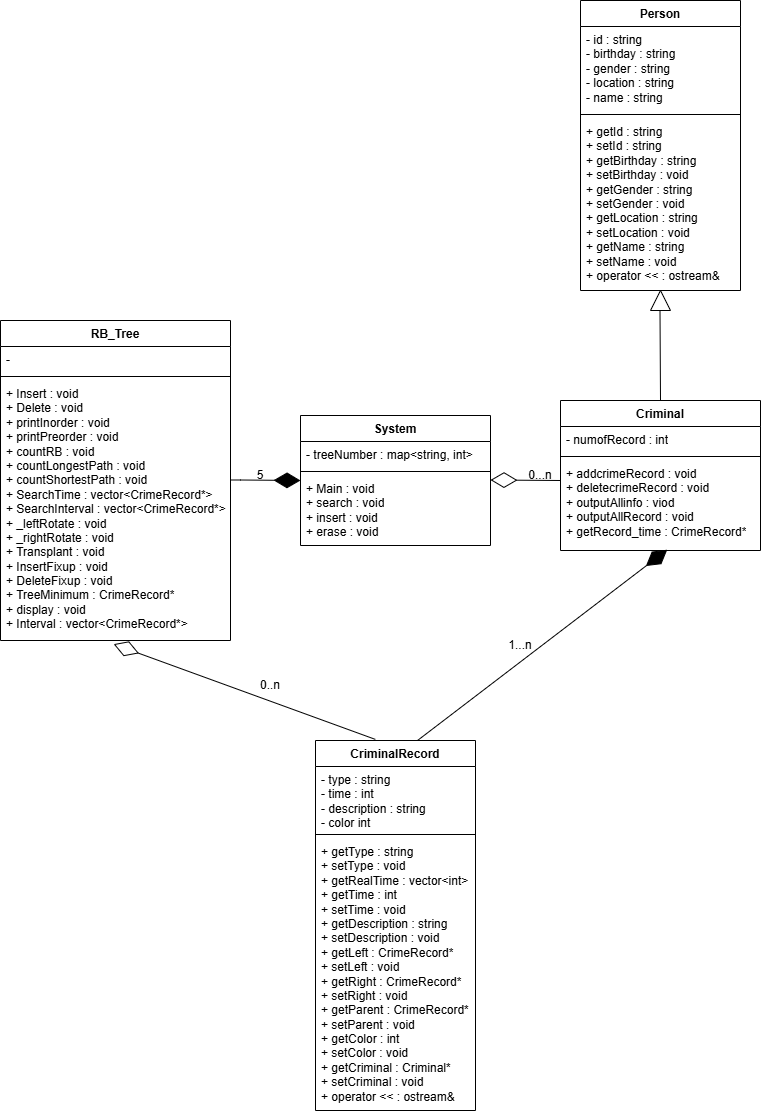
Before: UML/CrimeRecordSystem_UML.drawio.png, a diagram exported from draw.io (yankai-lu/OOP-criminal-record-system). Source tidied: cells renumbered, new cells last; positions are measured from the earlier drawing's top-left corner, leaving out a move shared by most shapes.
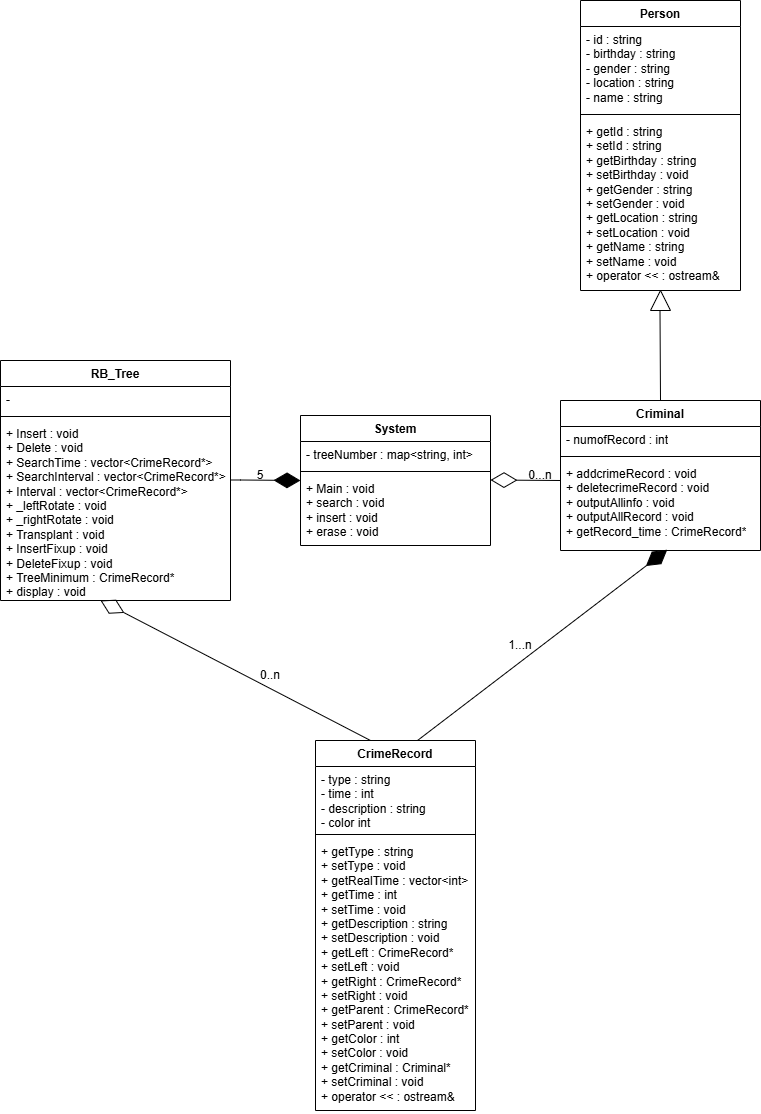
The same diagram one commit later.

The edit, as a diff of the source:
```diff
@@ -15,7 +15,7 @@
       <mxGeometry y="60" width="190" height="70" as="geometry" />
     </mxCell>
     <mxCell id="6" value="RB_Tree" style="swimlane;fontStyle=1;align=center;verticalAlign=top;horizontal=1;startSize=26;whiteSpace=wrap;html=1;" parent="1" vertex="1">
-      <mxGeometry y="320" width="230" height="320" as="geometry" />
+      <mxGeometry y="360" width="230" height="240" as="geometry" />
     </mxCell>
     <mxCell id="7" value="-" style="text;strokeColor=none;fillColor=none;align=left;verticalAlign=top;spacingLeft=4;spacingRight=4;overflow=hidden;whiteSpace=wrap;html=1;" parent="6" vertex="1">
       <mxGeometry y="26" width="230" height="26" as="geometry" />
@@ -23,8 +23,8 @@
     <mxCell id="8" style="line;strokeWidth=1;fillColor=none;align=left;verticalAlign=middle;spacingTop=-1;spacingLeft=3;spacingRight=3;labelPosition=right;strokeColor=inherit;" parent="6" vertex="1">
       <mxGeometry y="52" width="230" height="8" as="geometry" />
     </mxCell>
-    <mxCell id="9" value="+ Insert : void&lt;div&gt;+ Delete : void&lt;/div&gt;&lt;div&gt;+ printInorder : void&lt;/div&gt;&lt;div&gt;+ printPreorder : void&lt;/div&gt;&lt;div&gt;+ countRB : void&lt;/div&gt;&lt;div&gt;+ countLongestPath : void&lt;/div&gt;&lt;div&gt;+ countShortestPath : void&lt;/div&gt;&lt;div&gt;+ SearchTime : vector&amp;lt;CrimeRecord*&amp;gt;&lt;/div&gt;&lt;div&gt;+ SearchInterval : vector&amp;lt;CrimeRecord*&amp;gt;&lt;/div&gt;&lt;div&gt;+ _leftRotate : void&lt;/div&gt;&lt;div&gt;+ _rightRotate : void&lt;/div&gt;&lt;div&gt;+ Transplant : void&lt;/div&gt;&lt;div&gt;+ InsertFixup : void&lt;/div&gt;&lt;div&gt;+ DeleteFixup : void&lt;/div&gt;&lt;div&gt;+ TreeMinimum : CrimeRecord*&lt;/div&gt;&lt;div&gt;+ display : void&lt;/div&gt;&lt;div&gt;+ Interval : vector&amp;lt;CrimeRecord*&amp;gt;&lt;/div&gt;" style="text;strokeColor=none;fillColor=none;align=left;verticalAlign=top;spacingLeft=4;spacingRight=4;overflow=hidden;points=[[0,0.5],[1,0.5]];portConstraint=eastwest;whiteSpace=wrap;html=1;" parent="6" vertex="1">
-      <mxGeometry y="60" width="230" height="260" as="geometry" />
+    <mxCell id="9" value="+ Insert : void&lt;div&gt;+ Delete : void&lt;/div&gt;&lt;div&gt;+ SearchTime : vector&amp;lt;CrimeRecord*&amp;gt;&lt;/div&gt;&lt;div&gt;+ SearchInterval : vector&amp;lt;CrimeRecord*&amp;gt;&lt;/div&gt;&lt;div&gt;+ Interval : vector&amp;lt;CrimeRecord*&amp;gt;&lt;/div&gt;&lt;div&gt;+ _leftRotate : void&lt;/div&gt;&lt;div&gt;+ _rightRotate : void&lt;/div&gt;&lt;div&gt;+ Transplant : void&lt;/div&gt;&lt;div&gt;+ InsertFixup : void&lt;/div&gt;&lt;div&gt;+ DeleteFixup : void&lt;/div&gt;&lt;div&gt;+ TreeMinimum : CrimeRecord*&lt;/div&gt;&lt;div&gt;+ display : void&lt;/div&gt;&lt;div&gt;&lt;br&gt;&lt;/div&gt;" style="text;strokeColor=none;fillColor=none;align=left;verticalAlign=top;spacingLeft=4;spacingRight=4;overflow=hidden;points=[[0,0.5],[1,0.5]];portConstraint=eastwest;whiteSpace=wrap;html=1;" parent="6" vertex="1">
+      <mxGeometry y="60" width="230" height="180" as="geometry" />
     </mxCell>
     <mxCell id="10" value="Criminal" style="swimlane;fontStyle=1;align=center;verticalAlign=top;horizontal=1;startSize=26;whiteSpace=wrap;html=1;" parent="1" vertex="1">
       <mxGeometry x="560" y="400" width="200" height="150" as="geometry" />
@@ -35,7 +35,7 @@
     <mxCell id="12" style="line;strokeWidth=1;fillColor=none;align=left;verticalAlign=middle;spacingTop=-1;spacingLeft=3;spacingRight=3;labelPosition=right;strokeColor=inherit;" parent="10" vertex="1">
       <mxGeometry y="52" width="200" height="8" as="geometry" />
     </mxCell>
-    <mxCell id="13" value="+ addcrimeRecord : void&lt;div&gt;+ deletecrimeRecord : void&lt;/div&gt;&lt;div&gt;+ outputAllinfo : viod&lt;/div&gt;&lt;div&gt;+ outputAllRecord : void&lt;/div&gt;&lt;div&gt;+ getRecord_time : CrimeRecord*&lt;/div&gt;" style="text;strokeColor=none;fillColor=none;align=left;verticalAlign=top;spacingLeft=4;spacingRight=4;overflow=hidden;points=[[0,0.5],[1,0.5]];portConstraint=eastwest;whiteSpace=wrap;html=1;" parent="10" vertex="1">
+    <mxCell id="13" value="+ addcrimeRecord : void&lt;div&gt;+ deletecrimeRecord : void&lt;/div&gt;&lt;div&gt;+ outputAllinfo : void&lt;/div&gt;&lt;div&gt;+ outputAllRecord : void&lt;/div&gt;&lt;div&gt;+ getRecord_time : CrimeRecord*&lt;/div&gt;" style="text;strokeColor=none;fillColor=none;align=left;verticalAlign=top;spacingLeft=4;spacingRight=4;overflow=hidden;points=[[0,0.5],[1,0.5]];portConstraint=eastwest;whiteSpace=wrap;html=1;" parent="10" vertex="1">
       <mxGeometry y="60" width="200" height="90" as="geometry" />
     </mxCell>
     <mxCell id="14" value="Person" style="swimlane;fontStyle=1;align=center;verticalAlign=top;horizontal=1;startSize=26;whiteSpace=wrap;html=1;" parent="1" vertex="1">
@@ -50,7 +50,7 @@
     <mxCell id="17" value="+ getId : string&lt;div&gt;+ setId : string&lt;/div&gt;&lt;div&gt;+ getBirthday : string&lt;/div&gt;&lt;div&gt;+ setBirthday : void&lt;/div&gt;&lt;div&gt;+ getGender : string&lt;/div&gt;&lt;div&gt;+ setGender : void&lt;/div&gt;&lt;div&gt;+ getLocation : string&lt;/div&gt;&lt;div&gt;+ setLocation : void&lt;/div&gt;&lt;div&gt;+ getName : string&lt;/div&gt;&lt;div&gt;+ setName : void&lt;/div&gt;&lt;div&gt;+ operator &amp;lt;&amp;lt; : ostream&amp;amp;&lt;/div&gt;" style="text;strokeColor=none;fillColor=none;align=left;verticalAlign=top;spacingLeft=4;spacingRight=4;overflow=hidden;whiteSpace=wrap;html=1;" parent="14" vertex="1">
       <mxGeometry y="118" width="160" height="172" as="geometry" />
     </mxCell>
-    <mxCell id="18" value="CriminalRecord" style="swimlane;fontStyle=1;align=center;verticalAlign=top;horizontal=1;startSize=26;whiteSpace=wrap;html=1;" parent="1" vertex="1">
+    <mxCell id="18" value="CrimeRecord" style="swimlane;fontStyle=1;align=center;verticalAlign=top;horizontal=1;startSize=26;whiteSpace=wrap;html=1;" parent="1" vertex="1">
       <mxGeometry x="315" y="740" width="160" height="370" as="geometry" />
     </mxCell>
     <mxCell id="19" value="- type : string&lt;div&gt;- time : int&lt;/div&gt;&lt;div&gt;- description : string&lt;/div&gt;&lt;div&gt;- color int&lt;/div&gt;" style="text;strokeColor=none;fillColor=none;align=left;verticalAlign=top;spacingLeft=4;spacingRight=4;overflow=hidden;whiteSpace=wrap;html=1;" parent="18" vertex="1">
@@ -114,11 +114,14 @@
     <mxCell id="31" value="1...n" style="text;html=1;align=center;verticalAlign=middle;whiteSpace=wrap;rounded=0;" parent="1" vertex="1">
       <mxGeometry x="490" y="630" width="60" height="30" as="geometry" />
     </mxCell>
+    <mxCell id="33" value="0..n" style="text;html=1;align=center;verticalAlign=middle;whiteSpace=wrap;rounded=0;" parent="1" vertex="1">
+      <mxGeometry x="240" y="660" width="60" height="30" as="geometry" />
+    </mxCell>
-    <mxCell id="32" style="endArrow=diamondThin;endFill=0;endSize=24;html=1;rounded=0;exitX=0.374;exitY=-0.003;exitDx=0;exitDy=0;exitPerimeter=0;entryX=0.492;entryY=1.014;entryDx=0;entryDy=0;entryPerimeter=0;" parent="1" edge="1" source="18" target="9">
-      <mxGeometry relative="1" as="geometry" />
+    <mxCell id="32" style="endArrow=diamondThin;endFill=0;endSize=24;html=1;rounded=0;entryX=0.464;entryY=1.02;entryDx=0;entryDy=0;entryPerimeter=0;" parent="1" edge="1">
+      <mxGeometry relative="1" as="geometry">
+        <mxPoint x="370" y="740" as="sourcePoint" />
+        <mxPoint x="100" y="600" as="targetPoint" />
+      </mxGeometry>
     </mxCell>
-    <mxCell id="33" value="0..n" style="text;html=1;align=center;verticalAlign=middle;whiteSpace=wrap;rounded=0;" parent="1" vertex="1">
-      <mxGeometry x="240" y="670" width="60" height="30" as="geometry" />
-    </mxCell>
   </root>
 </mxGraphModel>
```
